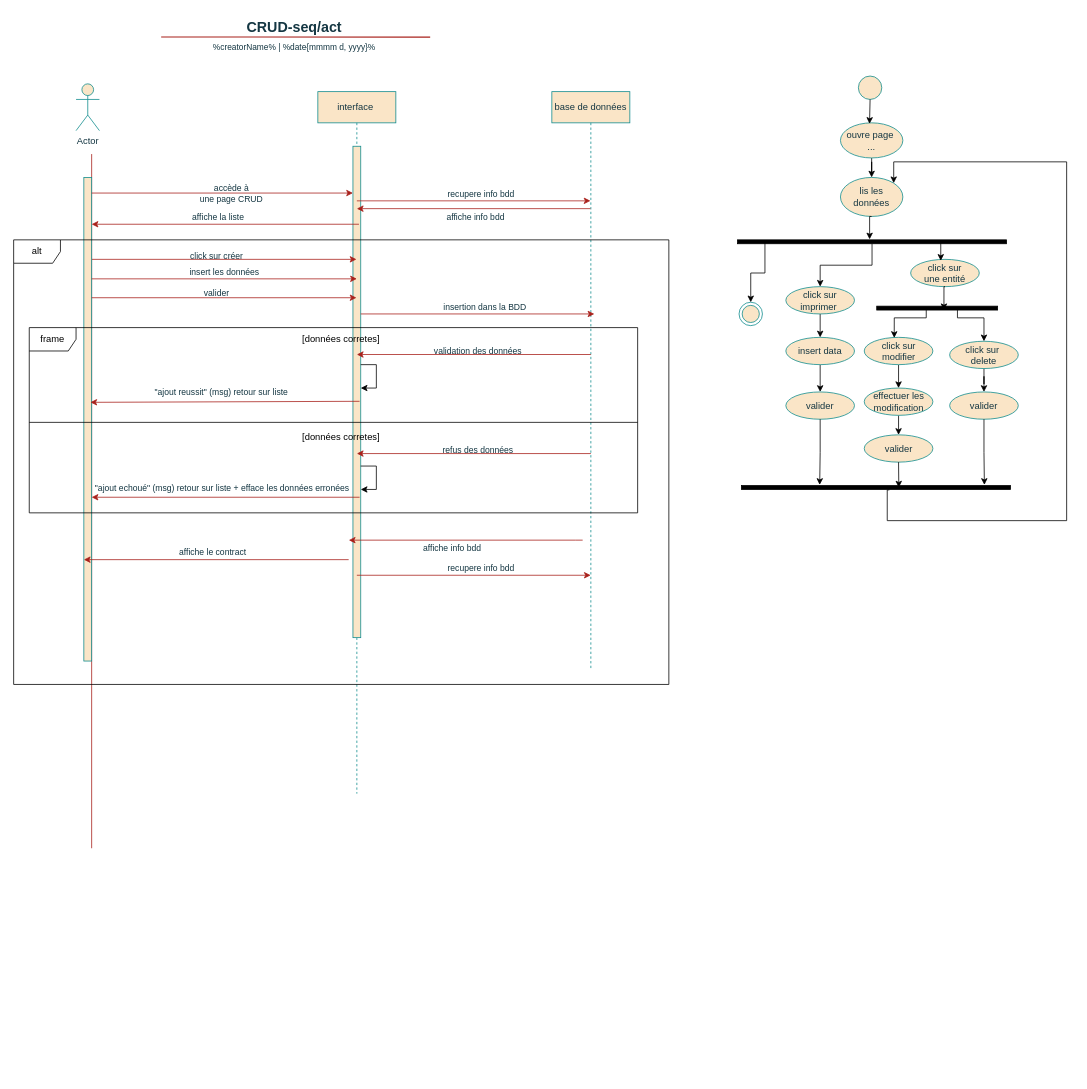
This is CRUD-seq/act.drawio from the-lyly/Spotlight-in, a draw.io file, before an edit. Source tidied: cells renumbered, new cells numbered last; positions are measured from the earlier drawing's top-left corner, leaving out a move shared by most shapes. Both pictures are drawn from the tidied source at 78%, with x=0, y=0 at pixel (13, 13).
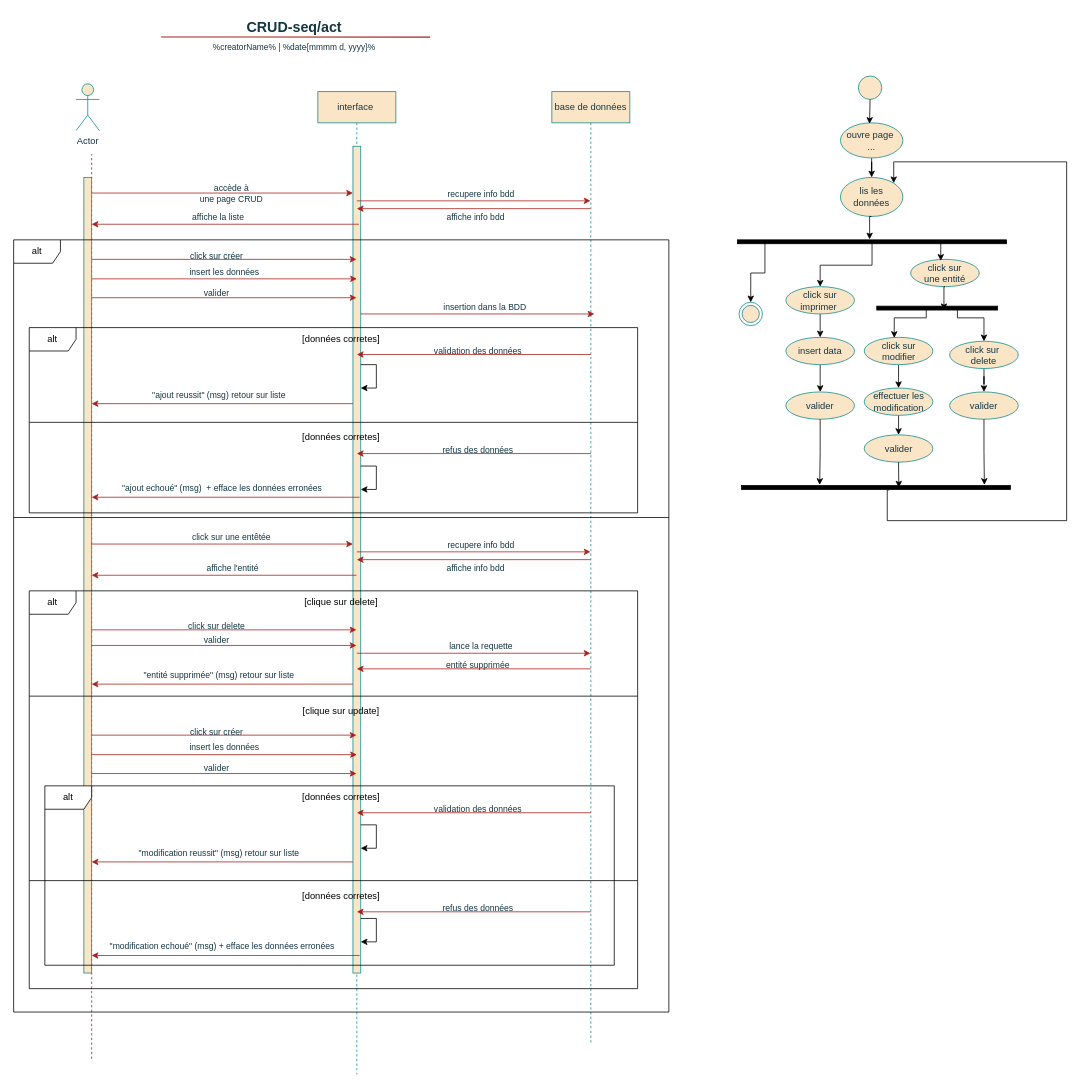
After the change.

Commit message:
Mettre à jour act.drawio

Unchanged cells that the change refers to:
```xml
<mxCell id="80" style="endArrow=classic;html=1;rounded=0;labelBackgroundColor=none;fontColor=default;strokeColor=#A8201A;entryX=1.134;entryY=0.145;entryDx=0;entryDy=0;entryPerimeter=0;" parent="1" edge="1">
  <mxGeometry relative="1" as="geometry">
    <mxPoint x="443.5" y="620" as="sourcePoint" />
    <mxPoint x="100" y="620" as="targetPoint" />
  </mxGeometry>
</mxCell>
```

Change to the diagram source:
```diff
@@
     <mxCell id="8" value="base de données" style="shape=umlLifeline;perimeter=lifelinePerimeter;whiteSpace=wrap;html=1;newEdgeStyle={&quot;edgeStyle&quot;:&quot;elbowEdgeStyle&quot;,&quot;elbow&quot;:&quot;vertical&quot;,&quot;curved&quot;:0,&quot;rounded&quot;:0};labelBackgroundColor=none;fillColor=#FAE5C7;strokeColor=#0F8B8D;fontColor=#143642;" parent="1" vertex="1">
-      <mxGeometry x="690" y="100" width="100" height="740" as="geometry" />
+      <mxGeometry x="690" y="100" width="100" height="1220" as="geometry" />
     </mxCell>
     <mxCell id="9" value="interface&amp;nbsp;" style="shape=umlLifeline;perimeter=lifelinePerimeter;whiteSpace=wrap;html=1;newEdgeStyle={&quot;edgeStyle&quot;:&quot;elbowEdgeStyle&quot;,&quot;elbow&quot;:&quot;vertical&quot;,&quot;curved&quot;:0,&quot;rounded&quot;:0};labelBackgroundColor=none;fillColor=#FAE5C7;strokeColor=#0F8B8D;fontColor=#143642;" parent="1" vertex="1">
-      <mxGeometry x="390" y="100" width="100" height="900" as="geometry" />
+      <mxGeometry x="390" y="100" width="100" height="1260" as="geometry" />
     </mxCell>
     <mxCell id="10" style="html=1;points=[[0,0,0,0,5],[0,1,0,0,-5],[1,0,0,0,5],[1,1,0,0,-5]];perimeter=orthogonalPerimeter;outlineConnect=0;targetShapes=umlLifeline;portConstraint=eastwest;newEdgeStyle={&quot;curved&quot;:0,&quot;rounded&quot;:0};labelBackgroundColor=none;fillColor=#FAE5C7;strokeColor=#0F8B8D;fontColor=#143642;" parent="9" vertex="1">
-      <mxGeometry x="45" y="70" width="10" height="630" as="geometry" />
+      <mxGeometry x="45" y="70" width="10" height="1060" as="geometry" />
     </mxCell>
@@
+    <mxCell id="84" style="edgeStyle=orthogonalEdgeStyle;rounded=0;orthogonalLoop=1;jettySize=auto;html=1;curved=0;elbow=vertical;" parent="9" edge="1">
+      <mxGeometry relative="1" as="geometry">
+        <mxPoint x="55" y="940" as="sourcePoint" />
+        <mxPoint x="55" y="970" as="targetPoint" />
+        <Array as="points">
+          <mxPoint x="75" y="940" />
+        </Array>
+      </mxGeometry>
+    </mxCell>
+    <mxCell id="85" style="edgeStyle=orthogonalEdgeStyle;rounded=0;orthogonalLoop=1;jettySize=auto;html=1;curved=0;elbow=vertical;" parent="9" edge="1">
+      <mxGeometry relative="1" as="geometry">
+        <mxPoint x="55" y="1060" as="sourcePoint" />
+        <mxPoint x="55" y="1090" as="targetPoint" />
+        <Array as="points">
+          <mxPoint x="75" y="1060" />
+        </Array>
+      </mxGeometry>
+    </mxCell>
-    <mxCell id="13" style="endArrow=none;html=1;rounded=0;labelBackgroundColor=none;fontColor=default;strokeColor=#A8201A;" parent="1" edge="1">
+    <mxCell id="13" style="endArrow=none;html=1;rounded=0;labelBackgroundColor=none;fontColor=default;strokeColor=#A8201A;dashed=1;" parent="1" edge="1">
       <mxGeometry relative="1" as="geometry">
-        <mxPoint x="100" y="1070" as="sourcePoint" />
+        <mxPoint x="100" y="1340" as="sourcePoint" />
         <mxPoint x="100" y="180" as="targetPoint" />
       </mxGeometry>
     </mxCell>
@@
     <mxCell id="17" style="rounded=0;whiteSpace=wrap;html=1;labelBackgroundColor=none;fillColor=#FAE5C7;strokeColor=#0F8B8D;fontColor=#143642;" parent="1" vertex="1">
-      <mxGeometry x="90" y="210" width="10" height="620" as="geometry" />
+      <mxGeometry x="90" y="210" width="10" height="1020" as="geometry" />
     </mxCell>
@@
-    <mxCell id="28" style="endArrow=classic;html=1;rounded=0;labelBackgroundColor=none;fontColor=default;strokeColor=#A8201A;entryX=0.84;entryY=0.465;entryDx=0;entryDy=0;entryPerimeter=0;" parent="1" edge="1" target="17">
+    <mxCell id="28" style="endArrow=classic;html=1;rounded=0;labelBackgroundColor=none;fontColor=default;strokeColor=#A8201A;entryX=0.941;entryY=0.22;entryDx=0;entryDy=0;entryPerimeter=0;" parent="1" edge="1" source="10">
       <mxGeometry relative="1" as="geometry">
-        <mxPoint x="443.5" y="497" as="sourcePoint" />
+        <mxPoint x="100" y="500" as="targetPoint" />
       </mxGeometry>
     </mxCell>
@@
     <mxCell id="30" style="endArrow=classic;html=1;rounded=0;labelBackgroundColor=none;fontColor=default;strokeColor=#A8201A;entryX=1.134;entryY=0.145;entryDx=0;entryDy=0;entryPerimeter=0;" parent="1" edge="1">
       <mxGeometry relative="1" as="geometry">
-        <mxPoint x="429.5" y="700" as="sourcePoint" />
-        <mxPoint x="90" y="700" as="targetPoint" />
+        <mxPoint x="439.5" y="720" as="sourcePoint" />
+        <mxPoint x="100" y="720" as="targetPoint" />
       </mxGeometry>
     </mxCell>
-    <mxCell id="31" value="affiche le contract" style="edgeLabel;html=1;align=center;verticalAlign=middle;labelBackgroundColor=none;fontColor=#143642;" parent="30" vertex="1">
+    <mxCell id="31" value="affiche l'entité&amp;nbsp;" style="edgeLabel;html=1;align=center;verticalAlign=middle;labelBackgroundColor=none;fontColor=#143642;" parent="30" vertex="1">
       <mxGeometry x="0.09" y="-3" relative="1" as="geometry">
-        <mxPoint x="10" y="-7" as="offset" />
+        <mxPoint x="27" y="-7" as="offset" />
       </mxGeometry>
     </mxCell>
@@
-    <mxCell id="42" style="endArrow=classic;html=1;rounded=0;labelBackgroundColor=none;fontColor=default;strokeColor=#A8201A;" parent="1" edge="1">
+    <mxCell id="42" style="endArrow=classic;html=1;rounded=0;labelBackgroundColor=none;fontColor=default;strokeColor=#A8201A;" parent="1" edge="1" target="10">
       <mxGeometry relative="1" as="geometry">
-        <mxPoint x="440" y="720" as="sourcePoint" />
-        <mxPoint x="739.8" y="720" as="targetPoint" />
+        <mxPoint x="100" y="680" as="sourcePoint" />
       </mxGeometry>
     </mxCell>
-    <mxCell id="43" value="recupere info bdd" style="edgeLabel;html=1;align=center;verticalAlign=middle;labelBackgroundColor=none;fontColor=#143642;" parent="42" vertex="1">
+    <mxCell id="43" value="click sur une entêtée" style="edgeLabel;html=1;align=center;verticalAlign=middle;labelBackgroundColor=none;fontColor=#143642;" parent="42" vertex="1">
       <mxGeometry x="0.09" y="-3" relative="1" as="geometry">
         <mxPoint x="-5" y="-13" as="offset" />
       </mxGeometry>
     </mxCell>
-    <mxCell id="44" style="endArrow=classic;html=1;rounded=0;labelBackgroundColor=none;fontColor=default;strokeColor=#A8201A;" parent="1" edge="1">
-      <mxGeometry relative="1" as="geometry">
-        <mxPoint x="729.5" y="675" as="sourcePoint" />
-        <mxPoint x="429.7" y="675" as="targetPoint" />
-        <Array as="points">
-          <mxPoint x="720" y="675" />
-        </Array>
-      </mxGeometry>
-    </mxCell>
-    <mxCell id="45" value="affiche info bdd" style="edgeLabel;html=1;align=center;verticalAlign=middle;labelBackgroundColor=none;fontColor=#143642;" parent="44" vertex="1">
-      <mxGeometry x="0.09" y="-3" relative="1" as="geometry">
-        <mxPoint x="-5" y="12" as="offset" />
-      </mxGeometry>
-    </mxCell>
@@
     <mxCell id="75" value="alt" style="shape=umlFrame;whiteSpace=wrap;html=1;" parent="1" vertex="1">
-      <mxGeometry y="290" width="840" height="570" as="geometry" />
+      <mxGeometry y="290" width="840" height="990" as="geometry" />
     </mxCell>
-    <mxCell id="76" value="frame" style="shape=umlFrame;whiteSpace=wrap;html=1;" parent="1" vertex="1">
+    <mxCell id="76" value="alt" style="shape=umlFrame;whiteSpace=wrap;html=1;" parent="1" vertex="1">
       <mxGeometry x="20" y="402.5" width="780" height="237.5" as="geometry" />
     </mxCell>
@@
-    <mxCell id="81" value="&quot;ajout echoué&quot; (msg) retour sur liste + efface les données erronées" style="edgeLabel;html=1;align=center;verticalAlign=middle;labelBackgroundColor=none;fontColor=#143642;" parent="80" vertex="1">
+    <mxCell id="81" value="&quot;ajout echoué&quot; (msg)&amp;nbsp; + efface les données erronées" style="edgeLabel;html=1;align=center;verticalAlign=middle;labelBackgroundColor=none;fontColor=#143642;" parent="80" vertex="1">
       <mxGeometry x="0.09" y="-3" relative="1" as="geometry">
         <mxPoint x="10" y="-9" as="offset" />
       </mxGeometry>
     </mxCell>
@@
+    <mxCell id="86" style="line;strokeWidth=1;fillColor=none;align=left;verticalAlign=middle;spacingTop=-1;spacingLeft=3;spacingRight=3;labelPosition=right;strokeColor=inherit;" parent="1" vertex="1">
+      <mxGeometry y="642" width="840" height="8" as="geometry" />
+    </mxCell>
+    <mxCell id="87" style="endArrow=classic;html=1;rounded=0;labelBackgroundColor=none;fontColor=default;strokeColor=#A8201A;" parent="1" edge="1">
+      <mxGeometry relative="1" as="geometry">
+        <mxPoint x="440" y="690" as="sourcePoint" />
+        <mxPoint x="739.5" y="690" as="targetPoint" />
+      </mxGeometry>
+    </mxCell>
+    <mxCell id="88" value="recupere info bdd" style="edgeLabel;html=1;align=center;verticalAlign=middle;labelBackgroundColor=none;fontColor=#143642;" parent="87" vertex="1">
+      <mxGeometry x="0.09" y="-3" relative="1" as="geometry">
+        <mxPoint x="-5" y="-13" as="offset" />
+      </mxGeometry>
+    </mxCell>
+    <mxCell id="89" style="endArrow=classic;html=1;rounded=0;labelBackgroundColor=none;fontColor=default;strokeColor=#A8201A;" parent="1" edge="1">
+      <mxGeometry relative="1" as="geometry">
+        <mxPoint x="739.5" y="700" as="sourcePoint" />
+        <mxPoint x="440" y="700" as="targetPoint" />
+      </mxGeometry>
+    </mxCell>
+    <mxCell id="45" value="affiche info bdd" style="edgeLabel;html=1;align=center;verticalAlign=middle;labelBackgroundColor=none;fontColor=#143642;" parent="89" vertex="1">
+      <mxGeometry x="0.09" y="-3" relative="1" as="geometry">
+        <mxPoint x="15" y="13" as="offset" />
+      </mxGeometry>
+    </mxCell>
+    <mxCell id="90" value="alt" style="shape=umlFrame;whiteSpace=wrap;html=1;" parent="1" vertex="1">
+      <mxGeometry x="20" y="740" width="780" height="510" as="geometry" />
+    </mxCell>
+    <mxCell id="91" value="[clique sur delete]" style="text;html=1;whiteSpace=wrap;strokeColor=none;fillColor=none;align=center;verticalAlign=middle;rounded=0;" parent="1" vertex="1">
+      <mxGeometry x="365" y="740" width="110" height="30" as="geometry" />
+    </mxCell>
+    <mxCell id="92" style="line;strokeWidth=1;fillColor=none;align=left;verticalAlign=middle;spacingTop=-1;spacingLeft=3;spacingRight=3;labelPosition=right;strokeColor=inherit;" parent="1" vertex="1">
+      <mxGeometry x="20" y="871" width="780" height="8" as="geometry" />
+    </mxCell>
+    <mxCell id="93" value="[clique sur update]" style="text;html=1;whiteSpace=wrap;strokeColor=none;fillColor=none;align=center;verticalAlign=middle;rounded=0;" parent="1" vertex="1">
+      <mxGeometry x="365" y="880" width="110" height="30" as="geometry" />
+    </mxCell>
+    <mxCell id="94" style="endArrow=classic;html=1;rounded=0;labelBackgroundColor=none;fontColor=default;strokeColor=#A8201A;" parent="1" edge="1">
+      <mxGeometry relative="1" as="geometry">
+        <mxPoint x="740" y="840" as="sourcePoint" />
+        <mxPoint x="440" y="840" as="targetPoint" />
+      </mxGeometry>
+    </mxCell>
+    <mxCell id="95" value="entité supprimée" style="edgeLabel;html=1;align=center;verticalAlign=middle;labelBackgroundColor=none;fontColor=#143642;" parent="94" vertex="1">
+      <mxGeometry x="0.09" y="-3" relative="1" as="geometry">
+        <mxPoint x="18" y="-2" as="offset" />
+      </mxGeometry>
+    </mxCell>
+    <mxCell id="96" style="endArrow=classic;html=1;rounded=0;labelBackgroundColor=none;fontColor=default;strokeColor=#A8201A;entryX=0.941;entryY=0.22;entryDx=0;entryDy=0;entryPerimeter=0;" parent="1" edge="1">
+      <mxGeometry relative="1" as="geometry">
+        <mxPoint x="435" y="859.6" as="sourcePoint" />
+        <mxPoint x="100" y="859.6" as="targetPoint" />
+      </mxGeometry>
+    </mxCell>
+    <mxCell id="97" value="&quot;entité supprimée&quot; (msg) retour sur liste" style="edgeLabel;html=1;align=center;verticalAlign=middle;labelBackgroundColor=none;fontColor=#143642;" parent="96" vertex="1">
+      <mxGeometry x="0.09" y="-3" relative="1" as="geometry">
+        <mxPoint x="10" y="-9" as="offset" />
+      </mxGeometry>
+    </mxCell>
+    <mxCell id="98" style="endArrow=classic;html=1;rounded=0;labelBackgroundColor=none;fontColor=default;strokeColor=#A8201A;" parent="1" edge="1">
+      <mxGeometry relative="1" as="geometry">
+        <mxPoint x="100" y="790" as="sourcePoint" />
+        <mxPoint x="439.5" y="790" as="targetPoint" />
+      </mxGeometry>
+    </mxCell>
+    <mxCell id="99" value="click sur delete" style="edgeLabel;html=1;align=center;verticalAlign=middle;labelBackgroundColor=none;fontColor=#143642;" parent="98" vertex="1">
+      <mxGeometry x="0.09" y="-3" relative="1" as="geometry">
+        <mxPoint x="-26" y="-8" as="offset" />
+      </mxGeometry>
+    </mxCell>
+    <mxCell id="100" style="endArrow=classic;html=1;rounded=0;labelBackgroundColor=none;fontColor=default;strokeColor=#A8201A;" parent="1" edge="1">
+      <mxGeometry relative="1" as="geometry">
+        <mxPoint x="100" y="810" as="sourcePoint" />
+        <mxPoint x="439.5" y="810" as="targetPoint" />
+      </mxGeometry>
+    </mxCell>
+    <mxCell id="101" value="valider" style="edgeLabel;html=1;align=center;verticalAlign=middle;labelBackgroundColor=none;fontColor=#143642;" parent="100" vertex="1">
+      <mxGeometry x="0.09" y="-3" relative="1" as="geometry">
+        <mxPoint x="-26" y="-10" as="offset" />
+      </mxGeometry>
+    </mxCell>
+    <mxCell id="102" style="endArrow=classic;html=1;rounded=0;labelBackgroundColor=none;fontColor=default;strokeColor=#A8201A;" parent="1" edge="1">
+      <mxGeometry relative="1" as="geometry">
+        <mxPoint x="440" y="820" as="sourcePoint" />
+        <mxPoint x="739.5" y="820" as="targetPoint" />
+      </mxGeometry>
+    </mxCell>
+    <mxCell id="103" value="lance la requette" style="edgeLabel;html=1;align=center;verticalAlign=middle;labelBackgroundColor=none;fontColor=#143642;" parent="102" vertex="1">
+      <mxGeometry x="0.09" y="-3" relative="1" as="geometry">
+        <mxPoint x="-5" y="-13" as="offset" />
+      </mxGeometry>
+    </mxCell>
+    <mxCell id="104" style="endArrow=classic;html=1;rounded=0;labelBackgroundColor=none;fontColor=default;strokeColor=#A8201A;" parent="1" edge="1">
+      <mxGeometry relative="1" as="geometry">
+        <mxPoint x="100" y="925" as="sourcePoint" />
+        <mxPoint x="439.5" y="925" as="targetPoint" />
+      </mxGeometry>
+    </mxCell>
+    <mxCell id="105" value="click sur créer" style="edgeLabel;html=1;align=center;verticalAlign=middle;labelBackgroundColor=none;fontColor=#143642;" parent="104" vertex="1">
+      <mxGeometry x="0.09" y="-3" relative="1" as="geometry">
+        <mxPoint x="-26" y="-8" as="offset" />
+      </mxGeometry>
+    </mxCell>
+    <mxCell id="106" style="endArrow=classic;html=1;rounded=0;labelBackgroundColor=none;fontColor=default;strokeColor=#A8201A;" parent="1" edge="1">
+      <mxGeometry relative="1" as="geometry">
+        <mxPoint x="100" y="950" as="sourcePoint" />
+        <mxPoint x="440" y="950" as="targetPoint" />
+      </mxGeometry>
+    </mxCell>
+    <mxCell id="107" value="insert les données" style="edgeLabel;html=1;align=center;verticalAlign=middle;labelBackgroundColor=none;fontColor=#143642;" parent="106" vertex="1">
+      <mxGeometry x="0.09" y="-3" relative="1" as="geometry">
+        <mxPoint x="-16" y="-13" as="offset" />
+      </mxGeometry>
+    </mxCell>
+    <mxCell id="108" style="endArrow=classic;html=1;rounded=0;labelBackgroundColor=none;fontColor=default;strokeColor=#A8201A;" parent="1" edge="1">
+      <mxGeometry relative="1" as="geometry">
+        <mxPoint x="100" y="974.2" as="sourcePoint" />
+        <mxPoint x="439.5" y="974.2" as="targetPoint" />
+      </mxGeometry>
+    </mxCell>
+    <mxCell id="109" value="valider" style="edgeLabel;html=1;align=center;verticalAlign=middle;labelBackgroundColor=none;fontColor=#143642;" parent="108" vertex="1">
+      <mxGeometry x="0.09" y="-3" relative="1" as="geometry">
+        <mxPoint x="-26" y="-10" as="offset" />
+      </mxGeometry>
+    </mxCell>
+    <mxCell id="110" value="alt" style="shape=umlFrame;whiteSpace=wrap;html=1;" parent="1" vertex="1">
+      <mxGeometry x="40" y="990" width="730" height="230" as="geometry" />
+    </mxCell>
+    <mxCell id="111" value="[données corretes]" style="text;html=1;whiteSpace=wrap;strokeColor=none;fillColor=none;align=center;verticalAlign=middle;rounded=0;" parent="1" vertex="1">
+      <mxGeometry x="365" y="990" width="110" height="30" as="geometry" />
+    </mxCell>
+    <mxCell id="112" style="endArrow=classic;html=1;rounded=0;labelBackgroundColor=none;fontColor=default;strokeColor=#A8201A;" parent="1" edge="1">
+      <mxGeometry relative="1" as="geometry">
+        <mxPoint x="740" y="1024.5" as="sourcePoint" />
+        <mxPoint x="440" y="1024.5" as="targetPoint" />
+      </mxGeometry>
+    </mxCell>
+    <mxCell id="113" value="validation des données" style="edgeLabel;html=1;align=center;verticalAlign=middle;labelBackgroundColor=none;fontColor=#143642;" parent="112" vertex="1">
+      <mxGeometry x="0.09" y="-3" relative="1" as="geometry">
+        <mxPoint x="18" y="-2" as="offset" />
+      </mxGeometry>
+    </mxCell>
+    <mxCell id="114" style="endArrow=classic;html=1;rounded=0;labelBackgroundColor=none;fontColor=default;strokeColor=#A8201A;entryX=0.941;entryY=0.22;entryDx=0;entryDy=0;entryPerimeter=0;" parent="1" edge="1">
+      <mxGeometry relative="1" as="geometry">
+        <mxPoint x="435" y="1087.5" as="sourcePoint" />
+        <mxPoint x="100" y="1087.5" as="targetPoint" />
+      </mxGeometry>
+    </mxCell>
+    <mxCell id="115" value="&quot;modification reussit&quot; (msg) retour sur liste" style="edgeLabel;html=1;align=center;verticalAlign=middle;labelBackgroundColor=none;fontColor=#143642;" parent="114" vertex="1">
+      <mxGeometry x="0.09" y="-3" relative="1" as="geometry">
+        <mxPoint x="10" y="-9" as="offset" />
+      </mxGeometry>
+    </mxCell>
+    <mxCell id="116" style="endArrow=classic;html=1;rounded=0;labelBackgroundColor=none;fontColor=default;strokeColor=#A8201A;" parent="1" edge="1">
+      <mxGeometry relative="1" as="geometry">
+        <mxPoint x="740" y="1151.5" as="sourcePoint" />
+        <mxPoint x="440" y="1151.5" as="targetPoint" />
+      </mxGeometry>
+    </mxCell>
+    <mxCell id="117" value="refus des données" style="edgeLabel;html=1;align=center;verticalAlign=middle;labelBackgroundColor=none;fontColor=#143642;" parent="116" vertex="1">
+      <mxGeometry x="0.09" y="-3" relative="1" as="geometry">
+        <mxPoint x="18" y="-2" as="offset" />
+      </mxGeometry>
+    </mxCell>
+    <mxCell id="118" value="[données corretes]" style="text;html=1;whiteSpace=wrap;strokeColor=none;fillColor=none;align=center;verticalAlign=middle;rounded=0;" parent="1" vertex="1">
+      <mxGeometry x="365" y="1115.5" width="110" height="30" as="geometry" />
+    </mxCell>
+    <mxCell id="119" style="endArrow=classic;html=1;rounded=0;labelBackgroundColor=none;fontColor=default;strokeColor=#A8201A;entryX=1.134;entryY=0.145;entryDx=0;entryDy=0;entryPerimeter=0;" parent="1" edge="1">
+      <mxGeometry relative="1" as="geometry">
+        <mxPoint x="443.5" y="1207.5" as="sourcePoint" />
+        <mxPoint x="100" y="1207.5" as="targetPoint" />
+      </mxGeometry>
+    </mxCell>
+    <mxCell id="120" value="&quot;modification echoué&quot; (msg) + efface les données erronées" style="edgeLabel;html=1;align=center;verticalAlign=middle;labelBackgroundColor=none;fontColor=#143642;" parent="119" vertex="1">
+      <mxGeometry x="0.09" y="-3" relative="1" as="geometry">
+        <mxPoint x="10" y="-9" as="offset" />
+      </mxGeometry>
+    </mxCell>
+    <mxCell id="121" style="line;strokeWidth=1;fillColor=none;align=left;verticalAlign=middle;spacingTop=-1;spacingLeft=3;spacingRight=3;labelPosition=right;strokeColor=inherit;" parent="1" vertex="1">
+      <mxGeometry x="20" y="1107.5" width="780" height="8" as="geometry" />
+    </mxCell>
```
